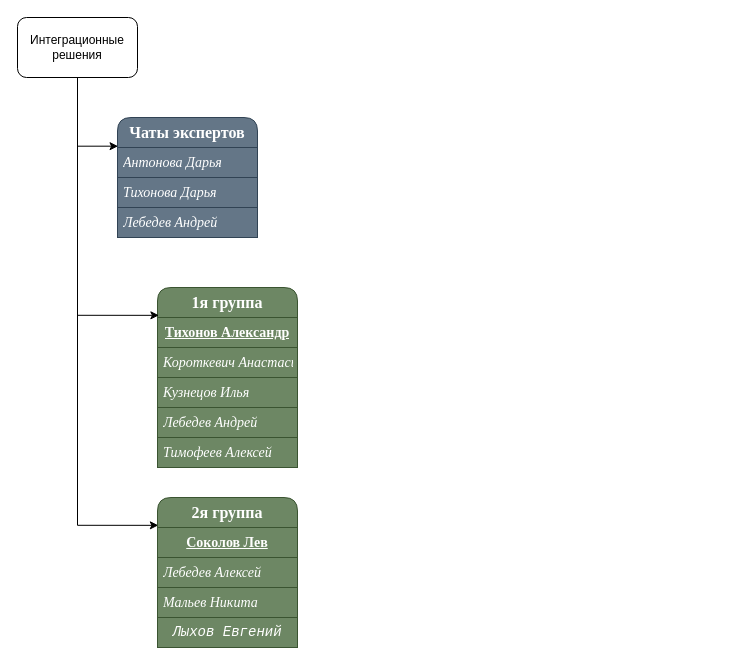
This is Диаграмма без названия.drawio from Anhalar/KF_Project, a draw.io file, before an edit. Source tidied: cells renumbered, new cells numbered last; positions are measured from the earlier drawing's top-left corner, leaving out a move shared by most shapes. Both pictures are drawn from the tidied source at 100%, with x=0, y=0 at pixel (17, 17).
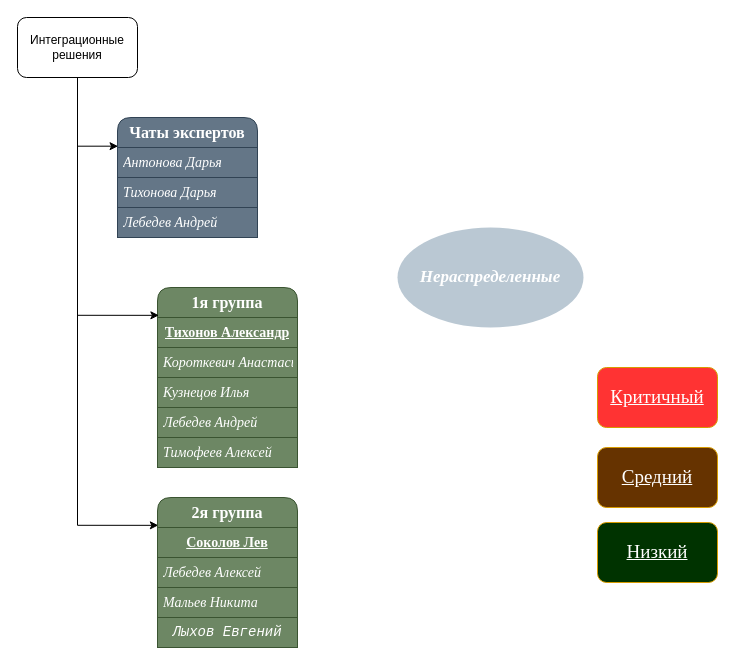
Above is the later version.

The edit, as a diff of the source:
```diff
@@
+    <mxCell id="21" value="Критичный" style="rounded=1;whiteSpace=wrap;html=1;shadow=0;glass=0;strokeColor=#d79b00;align=center;verticalAlign=middle;swimlaneFillColor=none;fontFamily=Times New Roman;fontSize=19;fontStyle=4;fillColor=#FF3333;labelBackgroundColor=none;fontColor=#FFFFFF;" parent="1" vertex="1">
+      <mxGeometry x="580" y="350" width="120" height="60" as="geometry" />
+    </mxCell>
+    <mxCell id="22" value="Средний" style="rounded=1;whiteSpace=wrap;html=1;shadow=0;glass=0;strokeColor=#d79b00;align=center;verticalAlign=middle;swimlaneFillColor=none;fontFamily=Times New Roman;fontSize=19;fontStyle=4;fillColor=#663300;labelBackgroundColor=none;fontColor=#FFFFFF;" parent="1" vertex="1">
+      <mxGeometry x="580" y="430" width="120" height="60" as="geometry" />
+    </mxCell>
+    <mxCell id="23" value="Низкий" style="rounded=1;whiteSpace=wrap;html=1;shadow=0;glass=0;strokeColor=#d79b00;align=center;verticalAlign=middle;swimlaneFillColor=none;fontFamily=Times New Roman;fontSize=19;fontStyle=4;fillColor=#003300;labelBackgroundColor=none;fontColor=#FFFFFF;" parent="1" vertex="1">
+      <mxGeometry x="580" y="505" width="120" height="60" as="geometry" />
+    </mxCell>
+    <mxCell id="24" value="&lt;font style=&quot;font-size: 17px;&quot;&gt;Нераспределенные&lt;/font&gt;" style="ellipse;whiteSpace=wrap;html=1;rounded=1;shadow=0;glass=0;strokeColor=none;align=center;verticalAlign=middle;swimlaneFillColor=none;fontFamily=Times New Roman;fontSize=17;fontStyle=3;fillColor=#bac8d3;fontColor=#FFFFFF;" parent="1" vertex="1">
+      <mxGeometry x="380" y="210" width="186" height="100" as="geometry" />
+    </mxCell>
```
